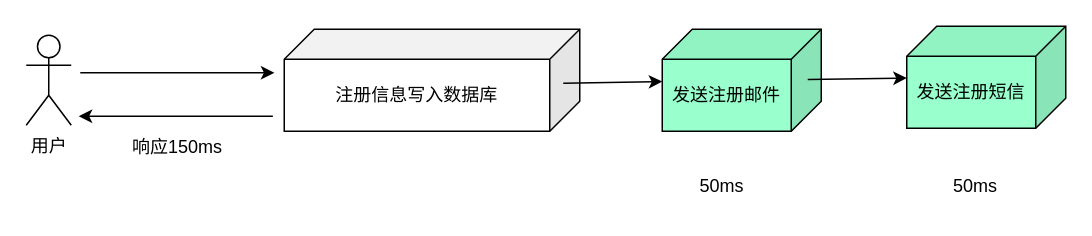
This is page "异步处理" (3 of 3) of MQ.drawio from letengzz/Drawing, a draw.io file, before an edit. Source tidied: cells renumbered, new cells numbered last; positions are measured from the earlier drawing's top-left corner, leaving out a move shared by most shapes. Both pictures are drawn from the tidied source at 150%, with x=0, y=0 at pixel (26, 26).
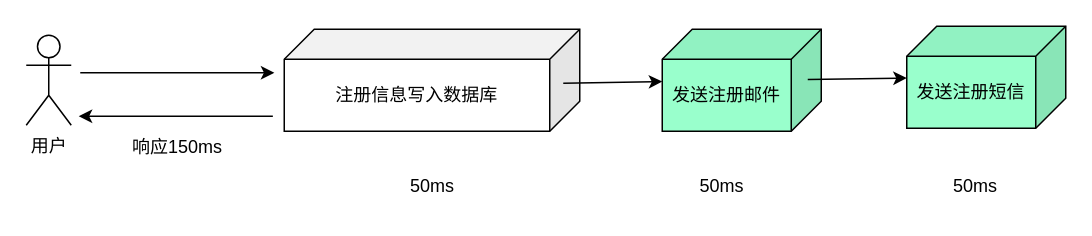
After the change.

What changed in the source:
```diff
@@
 <mxGraphModel>
   <root>
     <mxCell id="0" />
     <mxCell id="1" parent="0" />
     <mxCell id="2" value="用户&lt;div&gt;&lt;br/&gt;&lt;/div&gt;" style="shape=umlActor;verticalLabelPosition=bottom;verticalAlign=top;html=1;" parent="1" vertex="1">
       <mxGeometry y="6" width="30" height="60" as="geometry" />
     </mxCell>
     <mxCell id="3" value="注册信息写入数据库" style="shape=cube;whiteSpace=wrap;html=1;boundedLbl=1;backgroundOutline=1;darkOpacity=0.05;darkOpacity2=0.1;flipH=1;" parent="1" vertex="1">
       <mxGeometry x="172" y="2" width="197" height="68" as="geometry" />
     </mxCell>
     <mxCell id="4" value="发送注册邮件" style="shape=cube;whiteSpace=wrap;html=1;boundedLbl=1;backgroundOutline=1;darkOpacity=0.05;darkOpacity2=0.1;flipH=1;fillColor=#99FFCC;" parent="1" vertex="1">
       <mxGeometry x="424" y="2" width="106" height="68" as="geometry" />
     </mxCell>
     <mxCell id="5" value="发送注册短信" style="shape=cube;whiteSpace=wrap;html=1;boundedLbl=1;backgroundOutline=1;darkOpacity=0.05;darkOpacity2=0.1;flipH=1;fillColor=#99FFCC;" parent="1" vertex="1">
       <mxGeometry x="587" width="106" height="68" as="geometry" />
     </mxCell>
     <mxCell id="6" value="50ms" style="text;html=1;align=center;verticalAlign=middle;whiteSpace=wrap;rounded=0;" parent="1" vertex="1">
       <mxGeometry x="434" y="92" width="60" height="30" as="geometry" />
     </mxCell>
     <mxCell id="7" value="50ms" style="text;html=1;align=center;verticalAlign=middle;whiteSpace=wrap;rounded=0;" parent="1" vertex="1">
       <mxGeometry x="603" y="92" width="60" height="30" as="geometry" />
     </mxCell>
     <mxCell id="8" style="endArrow=classic;html=1;rounded=0;" parent="1" edge="1" target="4">
       <mxGeometry relative="1" as="geometry">
         <mxPoint x="358" y="38" as="sourcePoint" />
       </mxGeometry>
     </mxCell>
     <mxCell id="9" style="endArrow=classic;html=1;rounded=0;" parent="1" edge="1">
       <mxGeometry relative="1" as="geometry">
         <mxPoint x="521" y="35.5" as="sourcePoint" />
         <mxPoint x="587" y="34.5" as="targetPoint" />
       </mxGeometry>
     </mxCell>
     <mxCell id="10" style="endArrow=classic;html=1;rounded=0;entryX=0.996;entryY=0.435;entryDx=0;entryDy=0;entryPerimeter=0;" parent="1" edge="1">
       <mxGeometry relative="1" as="geometry">
         <mxPoint x="36" y="31" as="sourcePoint" />
         <mxPoint x="165.4" y="31" as="targetPoint" />
       </mxGeometry>
     </mxCell>
     <mxCell id="11" style="endArrow=classic;html=1;rounded=0;entryX=0.996;entryY=0.435;entryDx=0;entryDy=0;entryPerimeter=0;" parent="1" edge="1">
       <mxGeometry relative="1" as="geometry">
         <mxPoint x="164.4" y="60" as="sourcePoint" />
         <mxPoint x="35" y="60" as="targetPoint" />
       </mxGeometry>
     </mxCell>
     <mxCell id="12" value="响应150ms" style="text;html=1;align=center;verticalAlign=middle;whiteSpace=wrap;rounded=0;" parent="1" vertex="1">
       <mxGeometry x="60" y="66" width="82" height="30" as="geometry" />
     </mxCell>
+    <mxCell id="13" value="50ms" style="text;html=1;align=center;verticalAlign=middle;whiteSpace=wrap;rounded=0;" parent="1" vertex="1">
+      <mxGeometry x="240.5" y="92" width="60" height="30" as="geometry" />
+    </mxCell>
   </root>
 </mxGraphModel>
```
